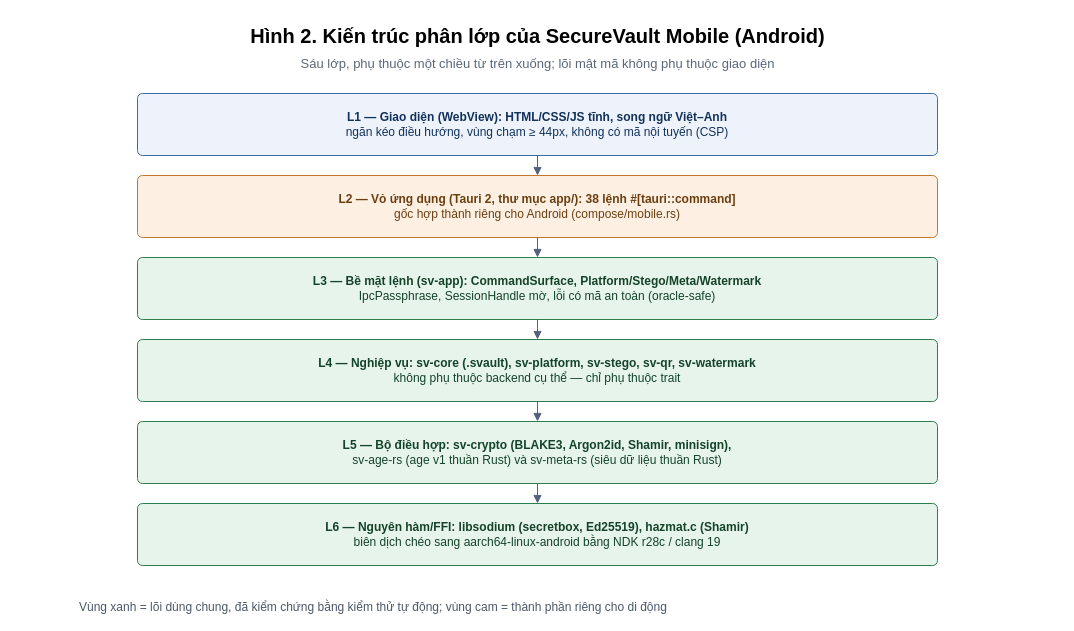
Earlier version of the draw.io diagram hoso-sang-kien/hinh-anh/drawio/H2-kien-truc-phan-lop.drawio (imtoiteu/secure-vault-research). Source tidied: cells renumbered, new cells numbered last; positions are measured from the earlier drawing's top-left corner, leaving out a move shared by most shapes. Both pictures are drawn from the tidied source at 100%, with x=0, y=0 at pixel (17, 17).
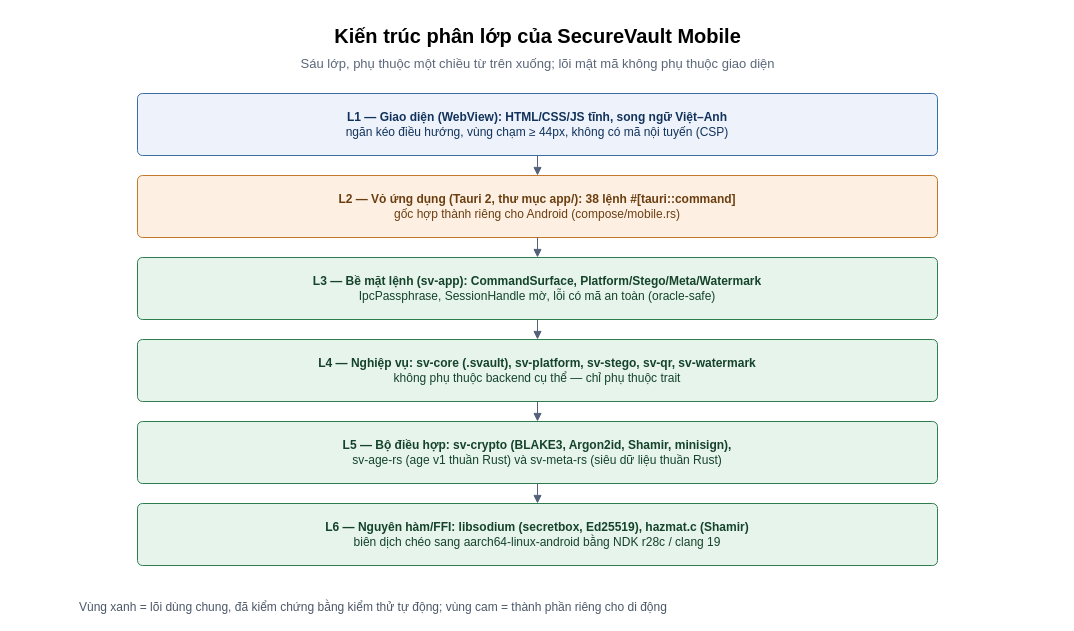
The same page after the edit.

What changed in the source:
```diff
@@
-    <mxCell id="2" value="Hình 2. Kiến trúc phân lớp của SecureVault Mobile (Android)" style="text;html=1;fontSize=20;fontStyle=1;align=center;" parent="1" vertex="1">
+    <mxCell id="2" value="Kiến trúc phân lớp của SecureVault Mobile" style="text;html=1;fontSize=20;fontStyle=1;align=center;" parent="1" vertex="1">
       <mxGeometry width="1040" height="30" as="geometry" />
     </mxCell>
```
